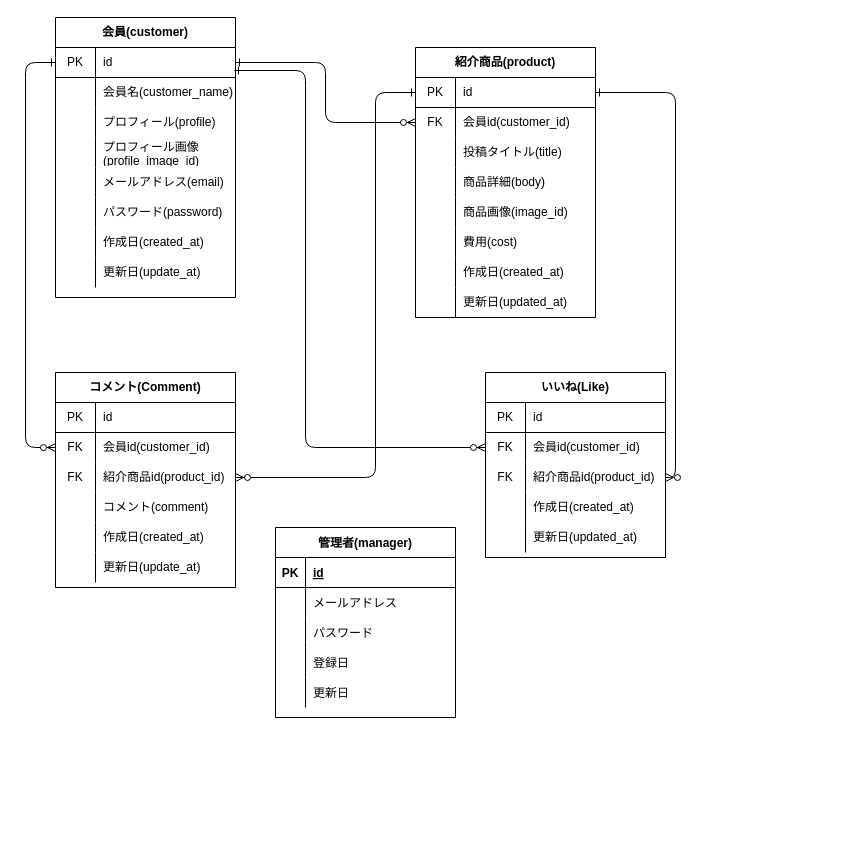
The draw.io diagram 名称未設定ファイル.drawio in couplee/cake, before the edit. Source tidied: cells renumbered, new cells numbered last; positions are measured from the earlier drawing's top-left corner, leaving out a move shared by most shapes. Both pictures are drawn from the tidied source at 100%, with x=0, y=0 at pixel (25, 17).
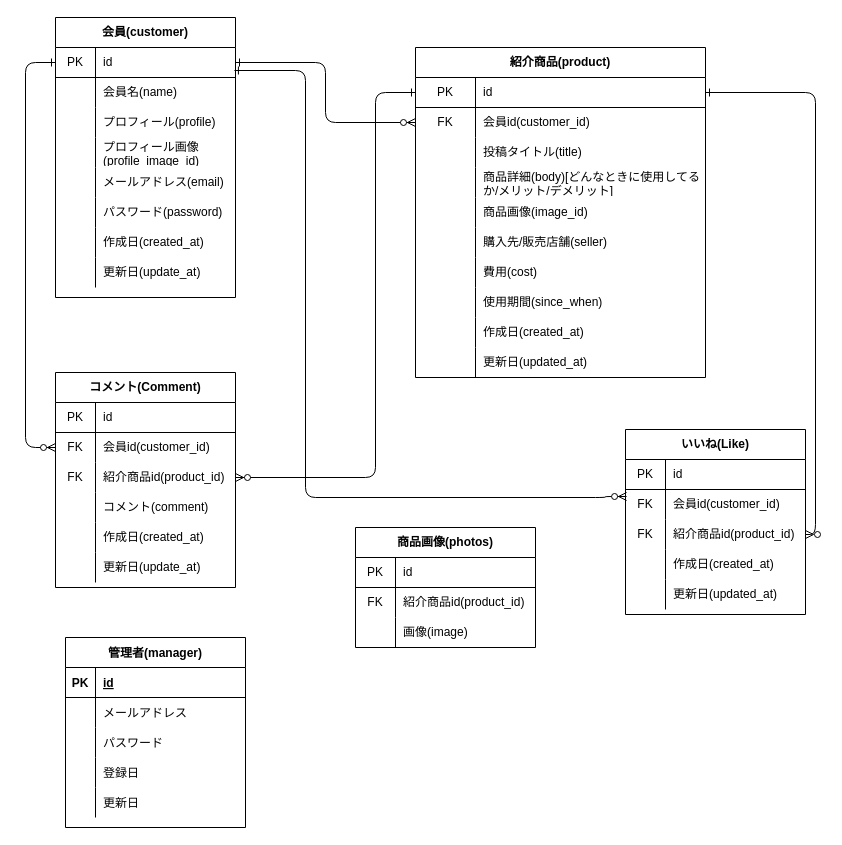
The same diagram, later.

Commit message:
名称未設定ファイル.drawio を更新します

Unchanged cells that the change refers to:
```xml
<mxCell id="3" style="shape=partialRectangle;html=1;whiteSpace=wrap;fillColor=none;top=0;left=0;bottom=1;right=0;points=[[0,0.5],[1,0.5]];portConstraint=eastwest;" parent="2" vertex="1">
  <mxGeometry y="30" width="180" height="30" as="geometry" />
</mxCell>
<mxCell id="6" style="shape=partialRectangle;html=1;whiteSpace=wrap;fillColor=none;top=0;left=0;bottom=0;right=0;" parent="2" vertex="1">
  <mxGeometry y="60" width="180" height="30" as="geometry" />
</mxCell>
<mxCell id="94" style="shape=partialRectangle;html=1;whiteSpace=wrap;fillColor=none;top=0;left=0;bottom=0;right=0;points=[[0,0.5],[1,0.5]];portConstraint=eastwest;" parent="90" vertex="1">
  <mxGeometry y="60" width="180" height="30" as="geometry" />
</mxCell>
```

Diff of the diagram source:
```diff
@@
-    <mxCell id="8" value="会員名(customer_name)" style="shape=partialRectangle;html=1;whiteSpace=wrap;fillColor=none;top=0;left=0;bottom=0;right=0;align=left;spacingLeft=6;overflow=hidden;" parent="6" vertex="1">
+    <mxCell id="8" value="会員名(name)" style="shape=partialRectangle;html=1;whiteSpace=wrap;fillColor=none;top=0;left=0;bottom=0;right=0;align=left;spacingLeft=6;overflow=hidden;" parent="6" vertex="1">
       <mxGeometry x="40" width="140" height="30" as="geometry" />
     </mxCell>
@@
     <mxCell id="27" value="紹介商品(product)" style="shape=table;html=1;whiteSpace=wrap;startSize=30;childLayout=tableLayout;rowLines=0;fontStyle=1;align=center;" parent="1" vertex="1">
-      <mxGeometry x="390" y="30" width="180" height="270" as="geometry" />
+      <mxGeometry x="390" y="30" width="290" height="330" as="geometry" />
     </mxCell>
     <mxCell id="28" style="shape=partialRectangle;html=1;whiteSpace=wrap;fillColor=none;top=0;left=0;bottom=1;right=0;points=[[0,0.5],[1,0.5]];portConstraint=eastwest;" parent="27" vertex="1">
-      <mxGeometry y="30" width="180" height="30" as="geometry" />
+      <mxGeometry y="30" width="290" height="30" as="geometry" />
     </mxCell>
     <mxCell id="29" value="PK" style="shape=partialRectangle;html=1;whiteSpace=wrap;fillColor=none;top=0;left=0;bottom=0;right=0;overflow=hidden;" parent="28" vertex="1">
-      <mxGeometry width="40" height="30" as="geometry" />
+      <mxGeometry width="60" height="30" as="geometry" />
     </mxCell>
     <mxCell id="30" value="id" style="shape=partialRectangle;html=1;whiteSpace=wrap;fillColor=none;top=0;left=0;bottom=0;right=0;align=left;spacingLeft=6;overflow=hidden;" parent="28" vertex="1">
-      <mxGeometry x="40" width="140" height="30" as="geometry" />
+      <mxGeometry x="60" width="230" height="30" as="geometry" />
     </mxCell>
     <mxCell id="31" style="shape=partialRectangle;html=1;whiteSpace=wrap;fillColor=none;top=0;left=0;bottom=0;right=0;points=[[0,0.5],[1,0.5]];portConstraint=eastwest;" parent="27" vertex="1">
-      <mxGeometry y="60" width="180" height="30" as="geometry" />
+      <mxGeometry y="60" width="290" height="30" as="geometry" />
     </mxCell>
     <mxCell id="32" value="FK" style="shape=partialRectangle;html=1;whiteSpace=wrap;fillColor=none;top=0;left=0;bottom=0;right=0;overflow=hidden;" parent="31" vertex="1">
-      <mxGeometry width="40" height="30" as="geometry" />
+      <mxGeometry width="60" height="30" as="geometry" />
     </mxCell>
     <mxCell id="33" value="会員id(customer_id)" style="shape=partialRectangle;html=1;whiteSpace=wrap;fillColor=none;top=0;left=0;bottom=0;right=0;align=left;spacingLeft=6;overflow=hidden;" parent="31" vertex="1">
-      <mxGeometry x="40" width="140" height="30" as="geometry" />
+      <mxGeometry x="60" width="230" height="30" as="geometry" />
     </mxCell>
     <mxCell id="34" style="shape=partialRectangle;html=1;whiteSpace=wrap;fillColor=none;top=0;left=0;bottom=0;right=0;" parent="27" vertex="1">
-      <mxGeometry y="90" width="180" height="30" as="geometry" />
+      <mxGeometry y="90" width="290" height="30" as="geometry" />
     </mxCell>
     <mxCell id="35" style="shape=partialRectangle;html=1;whiteSpace=wrap;fillColor=none;top=0;left=0;bottom=0;right=0;overflow=hidden;" parent="34" vertex="1">
-      <mxGeometry width="40" height="30" as="geometry" />
+      <mxGeometry width="60" height="30" as="geometry" />
     </mxCell>
     <mxCell id="36" value="投稿タイトル(title)" style="shape=partialRectangle;html=1;whiteSpace=wrap;fillColor=none;top=0;left=0;bottom=0;right=0;align=left;spacingLeft=6;overflow=hidden;" parent="34" vertex="1">
-      <mxGeometry x="40" width="140" height="30" as="geometry" />
+      <mxGeometry x="60" width="230" height="30" as="geometry" />
     </mxCell>
     <mxCell id="37" style="shape=partialRectangle;html=1;whiteSpace=wrap;fillColor=none;top=0;left=0;bottom=0;right=0;" parent="27" vertex="1">
-      <mxGeometry y="120" width="180" height="30" as="geometry" />
+      <mxGeometry y="120" width="290" height="30" as="geometry" />
     </mxCell>
     <mxCell id="38" style="shape=partialRectangle;html=1;whiteSpace=wrap;fillColor=none;top=0;left=0;bottom=0;right=0;overflow=hidden;" parent="37" vertex="1">
-      <mxGeometry width="40" height="30" as="geometry" />
+      <mxGeometry width="60" height="30" as="geometry" />
     </mxCell>
-    <mxCell id="39" value="商品詳細(body)" style="shape=partialRectangle;html=1;whiteSpace=wrap;fillColor=none;top=0;left=0;bottom=0;right=0;align=left;spacingLeft=6;overflow=hidden;" parent="37" vertex="1">
-      <mxGeometry x="40" width="140" height="30" as="geometry" />
+    <mxCell id="39" value="商品詳細(body)[どんなときに使用してるか/メリット/デメリット]" style="shape=partialRectangle;html=1;whiteSpace=wrap;fillColor=none;top=0;left=0;bottom=0;right=0;align=left;spacingLeft=6;overflow=hidden;" parent="37" vertex="1">
+      <mxGeometry x="60" width="230" height="30" as="geometry" />
     </mxCell>
     <mxCell id="40" style="shape=partialRectangle;html=1;whiteSpace=wrap;fillColor=none;top=0;left=0;bottom=0;right=0;" parent="27" vertex="1">
-      <mxGeometry y="150" width="180" height="30" as="geometry" />
+      <mxGeometry y="150" width="290" height="30" as="geometry" />
     </mxCell>
     <mxCell id="41" style="shape=partialRectangle;html=1;whiteSpace=wrap;fillColor=none;top=0;left=0;bottom=0;right=0;overflow=hidden;" parent="40" vertex="1">
-      <mxGeometry width="40" height="30" as="geometry" />
+      <mxGeometry width="60" height="30" as="geometry" />
     </mxCell>
     <mxCell id="42" value="商品画像(image_id)" style="shape=partialRectangle;html=1;whiteSpace=wrap;fillColor=none;top=0;left=0;bottom=0;right=0;align=left;spacingLeft=6;overflow=hidden;" parent="40" vertex="1">
-      <mxGeometry x="40" width="140" height="30" as="geometry" />
+      <mxGeometry x="60" width="230" height="30" as="geometry" />
     </mxCell>
+    <mxCell id="108" style="shape=partialRectangle;html=1;whiteSpace=wrap;fillColor=none;top=0;left=0;bottom=0;right=0;" parent="27" vertex="1">
+      <mxGeometry y="180" width="290" height="30" as="geometry" />
+    </mxCell>
+    <mxCell id="109" style="shape=partialRectangle;html=1;whiteSpace=wrap;fillColor=none;top=0;left=0;bottom=0;right=0;overflow=hidden;" parent="108" vertex="1">
+      <mxGeometry width="60" height="30" as="geometry" />
+    </mxCell>
+    <mxCell id="110" value="購入先/販売店舗(seller)" style="shape=partialRectangle;html=1;whiteSpace=wrap;fillColor=none;top=0;left=0;bottom=0;right=0;align=left;spacingLeft=6;overflow=hidden;" parent="108" vertex="1">
+      <mxGeometry x="60" width="230" height="30" as="geometry" />
+    </mxCell>
     <mxCell id="43" style="shape=partialRectangle;html=1;whiteSpace=wrap;fillColor=none;top=0;left=0;bottom=0;right=0;" parent="27" vertex="1">
-      <mxGeometry y="180" width="180" height="30" as="geometry" />
+      <mxGeometry y="210" width="290" height="30" as="geometry" />
     </mxCell>
     <mxCell id="44" style="shape=partialRectangle;html=1;whiteSpace=wrap;fillColor=none;top=0;left=0;bottom=0;right=0;overflow=hidden;" parent="43" vertex="1">
-      <mxGeometry width="40" height="30" as="geometry" />
+      <mxGeometry width="60" height="30" as="geometry" />
     </mxCell>
     <mxCell id="45" value="費用(cost)" style="shape=partialRectangle;html=1;whiteSpace=wrap;fillColor=none;top=0;left=0;bottom=0;right=0;align=left;spacingLeft=6;overflow=hidden;" parent="43" vertex="1">
-      <mxGeometry x="40" width="140" height="30" as="geometry" />
+      <mxGeometry x="60" width="230" height="30" as="geometry" />
     </mxCell>
+    <mxCell id="111" style="shape=partialRectangle;html=1;whiteSpace=wrap;fillColor=none;top=0;left=0;bottom=0;right=0;" parent="27" vertex="1">
+      <mxGeometry y="240" width="290" height="30" as="geometry" />
+    </mxCell>
+    <mxCell id="112" style="shape=partialRectangle;html=1;whiteSpace=wrap;fillColor=none;top=0;left=0;bottom=0;right=0;overflow=hidden;" parent="111" vertex="1">
+      <mxGeometry width="60" height="30" as="geometry" />
+    </mxCell>
+    <mxCell id="113" value="使用期間(since_when)" style="shape=partialRectangle;html=1;whiteSpace=wrap;fillColor=none;top=0;left=0;bottom=0;right=0;align=left;spacingLeft=6;overflow=hidden;" parent="111" vertex="1">
+      <mxGeometry x="60" width="230" height="30" as="geometry" />
+    </mxCell>
     <mxCell id="46" style="shape=partialRectangle;html=1;whiteSpace=wrap;fillColor=none;top=0;left=0;bottom=0;right=0;" parent="27" vertex="1">
-      <mxGeometry y="210" width="180" height="30" as="geometry" />
+      <mxGeometry y="270" width="290" height="30" as="geometry" />
     </mxCell>
     <mxCell id="47" style="shape=partialRectangle;html=1;whiteSpace=wrap;fillColor=none;top=0;left=0;bottom=0;right=0;overflow=hidden;" parent="46" vertex="1">
-      <mxGeometry width="40" height="30" as="geometry" />
+      <mxGeometry width="60" height="30" as="geometry" />
     </mxCell>
     <mxCell id="48" value="作成日(created_at)" style="shape=partialRectangle;html=1;whiteSpace=wrap;fillColor=none;top=0;left=0;bottom=0;right=0;align=left;spacingLeft=6;overflow=hidden;" parent="46" vertex="1">
-      <mxGeometry x="40" width="140" height="30" as="geometry" />
+      <mxGeometry x="60" width="230" height="30" as="geometry" />
     </mxCell>
     <mxCell id="49" style="shape=partialRectangle;html=1;whiteSpace=wrap;fillColor=none;top=0;left=0;bottom=0;right=0;" parent="27" vertex="1">
-      <mxGeometry y="240" width="180" height="30" as="geometry" />
+      <mxGeometry y="300" width="290" height="30" as="geometry" />
     </mxCell>
     <mxCell id="50" style="shape=partialRectangle;html=1;whiteSpace=wrap;fillColor=none;top=0;left=0;bottom=0;right=0;overflow=hidden;" parent="49" vertex="1">
-      <mxGeometry width="40" height="30" as="geometry" />
+      <mxGeometry width="60" height="30" as="geometry" />
     </mxCell>
     <mxCell id="51" value="更新日(updated_at)" style="shape=partialRectangle;html=1;whiteSpace=wrap;fillColor=none;top=0;left=0;bottom=0;right=0;align=left;spacingLeft=6;overflow=hidden;" parent="49" vertex="1">
-      <mxGeometry x="40" width="140" height="30" as="geometry" />
+      <mxGeometry x="60" width="230" height="30" as="geometry" />
     </mxCell>
@@
     <mxCell id="53" value="管理者(manager)" style="shape=table;startSize=30;childLayout=tableLayout;rowLines=0;fontStyle=1;align=center;shadow=0;" parent="1" vertex="1">
-      <mxGeometry x="250" y="510" width="180" height="190" as="geometry" />
+      <mxGeometry x="40" y="620" width="180" height="190" as="geometry" />
     </mxCell>
@@
     <mxCell id="90" value="いいね(Like)" style="shape=table;html=1;whiteSpace=wrap;startSize=30;childLayout=tableLayout;rowLines=0;fontStyle=1;align=center;" parent="1" vertex="1">
-      <mxGeometry x="460" y="355" width="180" height="185" as="geometry" />
+      <mxGeometry x="600" y="412" width="180" height="185" as="geometry" />
     </mxCell>
@@
-    <mxCell id="106" style="endArrow=ERzeroToMany;html=1;exitX=0.994;exitY=0.767;exitDx=0;exitDy=0;exitPerimeter=0;entryX=0;entryY=0.5;entryDx=0;entryDy=0;edgeStyle=orthogonalEdgeStyle;startArrow=ERone;startFill=0;endFill=1;" parent="1" edge="1" source="3" target="94">
+    <mxCell id="106" style="endArrow=ERzeroToMany;html=1;exitX=0.994;exitY=0.767;exitDx=0;exitDy=0;exitPerimeter=0;edgeStyle=orthogonalEdgeStyle;startArrow=ERone;startFill=0;endFill=1;entryX=0.006;entryY=0.233;entryDx=0;entryDy=0;entryPerimeter=0;" parent="1" edge="1" source="3" target="94">
       <mxGeometry relative="1" as="geometry">
         <Array as="points">
           <mxPoint x="280" y="53" />
-          <mxPoint x="280" y="430" />
+          <mxPoint x="280" y="480" />
+          <mxPoint x="580" y="480" />
+          <mxPoint x="580" y="479" />
         </Array>
       </mxGeometry>
     </mxCell>
@@
+    <mxCell id="114" value="商品画像(photos)" style="shape=table;html=1;whiteSpace=wrap;startSize=30;childLayout=tableLayout;rowLines=0;fontStyle=1;align=center;" parent="1" vertex="1">
+      <mxGeometry x="330" y="510" width="180" height="120" as="geometry" />
+    </mxCell>
+    <mxCell id="115" style="shape=partialRectangle;html=1;whiteSpace=wrap;fillColor=none;top=0;left=0;bottom=1;right=0;" parent="114" vertex="1">
+      <mxGeometry y="30" width="180" height="30" as="geometry" />
+    </mxCell>
+    <mxCell id="116" value="PK" style="shape=partialRectangle;html=1;whiteSpace=wrap;fillColor=none;top=0;left=0;bottom=0;right=0;overflow=hidden;" parent="115" vertex="1">
+      <mxGeometry width="40" height="30" as="geometry" />
+    </mxCell>
+    <mxCell id="117" value="id" style="shape=partialRectangle;html=1;whiteSpace=wrap;fillColor=none;top=0;left=0;bottom=0;right=0;align=left;spacingLeft=6;overflow=hidden;" parent="115" vertex="1">
+      <mxGeometry x="40" width="140" height="30" as="geometry" />
+    </mxCell>
+    <mxCell id="118" style="shape=partialRectangle;html=1;whiteSpace=wrap;fillColor=none;top=0;left=0;bottom=0;right=0;" parent="114" vertex="1">
+      <mxGeometry y="60" width="180" height="30" as="geometry" />
+    </mxCell>
+    <mxCell id="119" value="FK" style="shape=partialRectangle;html=1;whiteSpace=wrap;fillColor=none;top=0;left=0;bottom=0;right=0;overflow=hidden;" parent="118" vertex="1">
+      <mxGeometry width="40" height="30" as="geometry" />
+    </mxCell>
+    <mxCell id="120" value="紹介商品id(product_id)" style="shape=partialRectangle;html=1;whiteSpace=wrap;fillColor=none;top=0;left=0;bottom=0;right=0;align=left;spacingLeft=6;overflow=hidden;" parent="118" vertex="1">
+      <mxGeometry x="40" width="140" height="30" as="geometry" />
+    </mxCell>
+    <mxCell id="121" style="shape=partialRectangle;html=1;whiteSpace=wrap;fillColor=none;top=0;left=0;bottom=0;right=0;" parent="114" vertex="1">
+      <mxGeometry y="90" width="180" height="30" as="geometry" />
+    </mxCell>
+    <mxCell id="122" style="shape=partialRectangle;html=1;whiteSpace=wrap;fillColor=none;top=0;left=0;bottom=0;right=0;overflow=hidden;" parent="121" vertex="1">
+      <mxGeometry width="40" height="30" as="geometry" />
+    </mxCell>
+    <mxCell id="123" value="画像(image)" style="shape=partialRectangle;html=1;whiteSpace=wrap;fillColor=none;top=0;left=0;bottom=0;right=0;align=left;spacingLeft=6;overflow=hidden;" parent="121" vertex="1">
+      <mxGeometry x="40" width="140" height="30" as="geometry" />
+    </mxCell>
```
